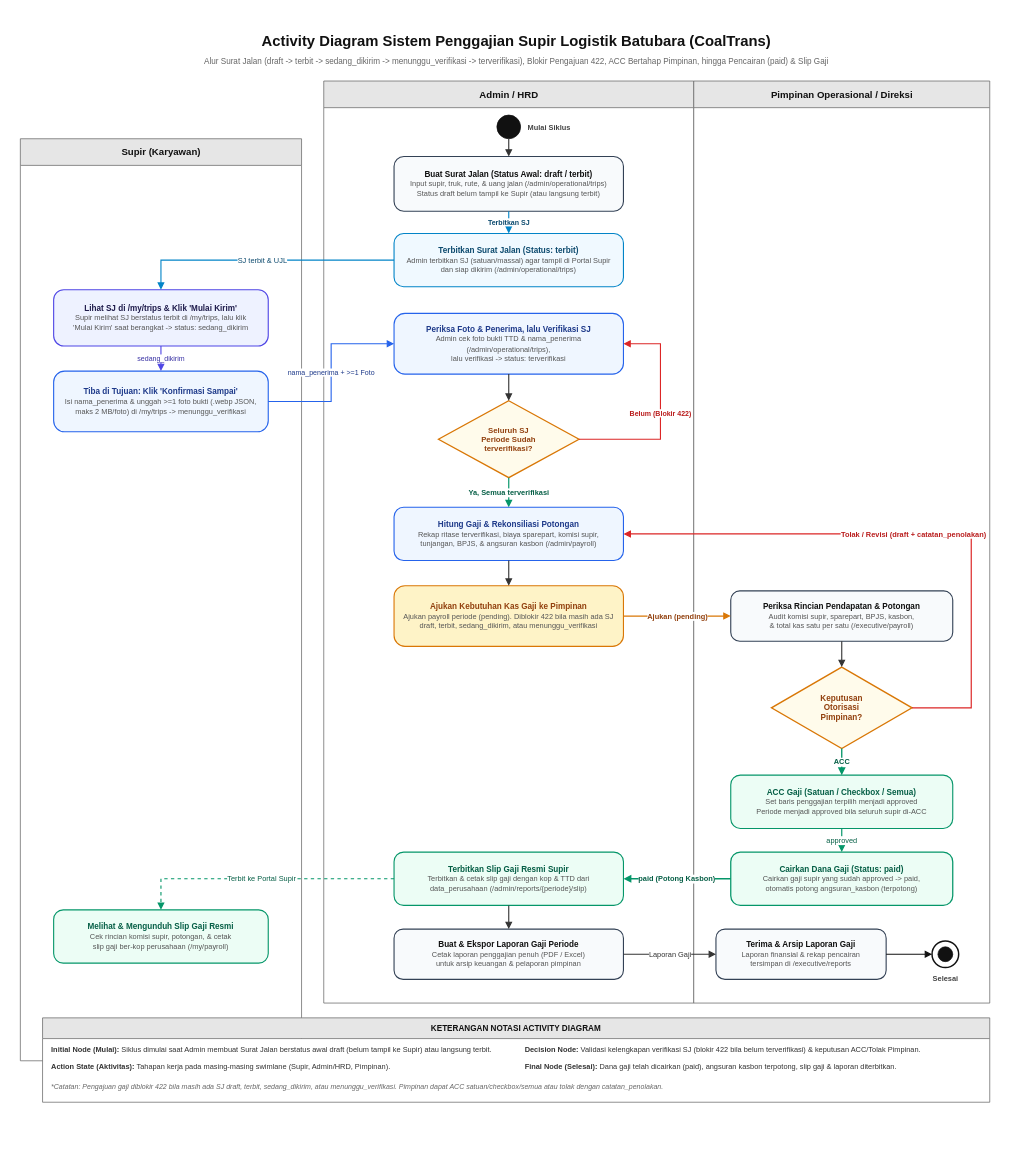
Before: dokumen/ACTIVITY_DIAGRAM.drawio in rzkyfhrzi21/app-payroll-asm, a draw.io diagram. Source tidied: cells renumbered, new cells numbered last; positions are measured from the earlier drawing's top-left corner, leaving out a move shared by most shapes. Both pictures are drawn from the tidied source at 74%, with x=0, y=0 at pixel (13, 13).
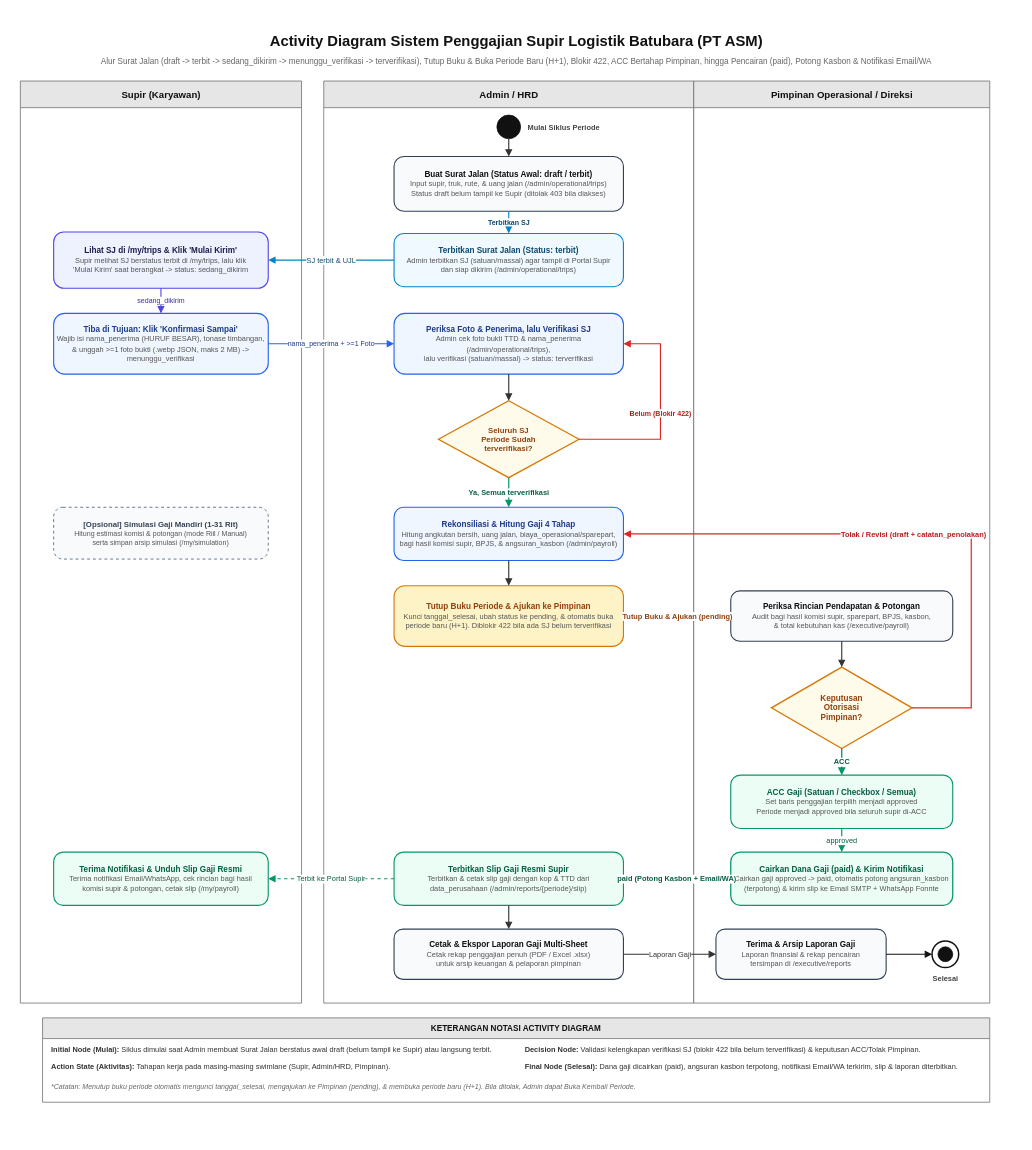
After the change.

Commit message (it also covers changes not shown here):
docs(diagram): perbarui ACTIVITY_DIAGRAM, ERD_DATABASE, dan tambah USECASE_DIAGRAM drawio

The change refers to these unchanged cells:
```xml
<mxCell id="9" value="Admin / HRD" style="swimlane;html=1;startSize=36;fillColor=#E6E6E6;swimlaneFillColor=#FFFFFF;strokeColor=#666666;fontSize=13;fontStyle=1;fontColor=#111111;rounded=0;" parent="1" vertex="1">
  <mxGeometry x="420" y="92" width="500" height="1246" as="geometry" />
</mxCell>
<mxCell id="18" value="&lt;b&gt;Terbitkan Slip Gaji Resmi Supir&lt;/b&gt;&lt;br&gt;&lt;font style=&quot;font-size:10px&quot; color=&quot;#555555&quot;&gt;Terbitkan &amp;amp; cetak slip gaji dengan kop &amp;amp; TTD dari&lt;br&gt;data_perusahaan (/admin/reports/{periode}/slip)&lt;/font&gt;" style="rounded=1;whiteSpace=wrap;html=1;arcSize=18;fillColor=#ECFDF5;strokeColor=#059669;strokeWidth=1.5;fontColor=#065F46;fontSize=11;" parent="9" vertex="1">
  <mxGeometry x="95" y="1042" width="310" height="72" as="geometry" />
</mxCell>
<mxCell id="20" value="Pimpinan Operasional / Direksi" style="swimlane;html=1;startSize=36;fillColor=#E6E6E6;swimlaneFillColor=#FFFFFF;strokeColor=#666666;fontSize=13;fontStyle=1;fontColor=#111111;rounded=0;" parent="1" vertex="1">
  <mxGeometry x="920" y="92" width="400" height="1246" as="geometry" />
</mxCell>
<mxCell id="48" value="KETERANGAN NOTASI ACTIVITY DIAGRAM" style="swimlane;fontStyle=1;align=center;startSize=28;fillColor=#E6E6E6;swimlaneFillColor=#FFFFFF;strokeColor=#666666;fontSize=11;fontColor=#111111;" parent="1" vertex="1">
  <mxGeometry x="40" y="1358" width="1280" height="114" as="geometry" />
</mxCell>
```

What changed in the source:
```diff
@@
     <mxCell id="2" style="rounded=0;whiteSpace=wrap;html=1;fillColor=#FFFFFF;strokeColor=none;" parent="1" vertex="1">
-      <mxGeometry width="1360" height="1500" as="geometry" />
+      <mxGeometry width="1360" height="1520" as="geometry" />
     </mxCell>
-    <mxCell id="3" value="Activity Diagram Sistem Penggajian Supir Logistik Batubara (CoalTrans)" style="text;html=1;strokeColor=none;fillColor=none;align=center;verticalAlign=middle;fontSize=20;fontStyle=1;fontColor=#111111;" parent="1" vertex="1">
+    <mxCell id="3" value="Activity Diagram Sistem Penggajian Supir Logistik Batubara (PT ASM)" style="text;html=1;strokeColor=none;fillColor=none;align=center;verticalAlign=middle;fontSize=20;fontStyle=1;fontColor=#111111;" parent="1" vertex="1">
       <mxGeometry x="40" y="20" width="1280" height="34" as="geometry" />
     </mxCell>
-    <mxCell id="4" value="Alur Surat Jalan (draft -&gt; terbit -&gt; sedang_dikirim -&gt; menunggu_verifikasi -&gt; terverifikasi), Blokir Pengajuan 422, ACC Bertahap Pimpinan, hingga Pencairan (paid) &amp; Slip Gaji" style="text;html=1;strokeColor=none;fillColor=none;align=center;verticalAlign=middle;fontSize=11;fontColor=#666666;" parent="1" vertex="1">
+    <mxCell id="4" value="Alur Surat Jalan (draft -&gt; terbit -&gt; sedang_dikirim -&gt; menunggu_verifikasi -&gt; terverifikasi), Tutup Buku &amp; Buka Periode Baru (H+1), Blokir 422, ACC Bertahap Pimpinan, hingga Pencairan (paid), Potong Kasbon &amp; Notifikasi Email/WA" style="text;html=1;strokeColor=none;fillColor=none;align=center;verticalAlign=middle;fontSize=11;fontColor=#666666;" parent="1" vertex="1">
       <mxGeometry x="40" y="54" width="1280" height="22" as="geometry" />
     </mxCell>
     <mxCell id="5" value="Supir (Karyawan)" style="swimlane;html=1;startSize=36;fillColor=#E6E6E6;swimlaneFillColor=#FFFFFF;strokeColor=#666666;fontSize=13;fontStyle=1;fontColor=#111111;rounded=0;" parent="1" vertex="1">
-      <mxGeometry x="10" y="170" width="380" height="1246" as="geometry" />
+      <mxGeometry x="10" y="92" width="380" height="1246" as="geometry" />
     </mxCell>
@@
-    <mxCell id="7" value="&lt;b&gt;Tiba di Tujuan: Klik 'Konfirmasi Sampai'&lt;/b&gt;&lt;br&gt;&lt;font style=&quot;font-size:10px&quot; color=&quot;#555555&quot;&gt;Isi nama_penerima &amp;amp; unggah &amp;gt;=1 foto bukti (.webp JSON,&lt;br&gt;maks 2 MB/foto) di /my/trips -&gt; menunggu_verifikasi&lt;/font&gt;" style="rounded=1;whiteSpace=wrap;html=1;arcSize=18;fillColor=#EFF6FF;strokeColor=#2563EB;strokeWidth=1.5;fontColor=#1E3A8A;fontSize=11;" parent="5" vertex="1">
+    <mxCell id="7" value="&lt;b&gt;Tiba di Tujuan: Klik 'Konfirmasi Sampai'&lt;/b&gt;&lt;br&gt;&lt;font style=&quot;font-size:10px&quot; color=&quot;#555555&quot;&gt;Wajib isi nama_penerima (HURUF BESAR), tonase timbangan,&lt;br&gt;&amp;amp; unggah &amp;gt;=1 foto bukti (.webp JSON, maks 2 MB) -&gt; menunggu_verifikasi&lt;/font&gt;" style="rounded=1;whiteSpace=wrap;html=1;arcSize=18;fillColor=#EFF6FF;strokeColor=#2563EB;strokeWidth=1.5;fontColor=#1E3A8A;fontSize=11;" parent="5" vertex="1">
       <mxGeometry x="45" y="314" width="290" height="82" as="geometry" />
     </mxCell>
+    <mxCell id="54" value="&lt;b&gt;[Opsional] Simulasi Gaji Mandiri (1-31 Rit)&lt;/b&gt;&lt;br&gt;&lt;font style=&quot;font-size:9.5px&quot; color=&quot;#555555&quot;&gt;Hitung estimasi komisi &amp;amp; potongan (mode Riil / Manual)&lt;br&gt;serta simpan arsip simulasi (/my/simulation)&lt;/font&gt;" style="rounded=1;whiteSpace=wrap;html=1;arcSize=18;fillColor=#F8FAFC;strokeColor=#64748B;strokeWidth=1.3;dashed=1;fontColor=#334155;fontSize=10.5;" parent="5" vertex="1">
+      <mxGeometry x="45" y="576" width="290" height="70" as="geometry" />
+    </mxCell>
-    <mxCell id="8" value="&lt;b&gt;Melihat &amp;amp; Mengunduh Slip Gaji Resmi&lt;/b&gt;&lt;br&gt;&lt;font style=&quot;font-size:10px&quot; color=&quot;#555555&quot;&gt;Cek rincian komisi supir, potongan, &amp;amp; cetak&lt;br&gt;slip gaji ber-kop perusahaan (/my/payroll)&lt;/font&gt;" style="rounded=1;whiteSpace=wrap;html=1;arcSize=18;fillColor=#ECFDF5;strokeColor=#059669;strokeWidth=1.5;fontColor=#065F46;fontSize=11;" parent="5" vertex="1">
+    <mxCell id="8" value="&lt;b&gt;Terima Notifikasi &amp;amp; Unduh Slip Gaji Resmi&lt;/b&gt;&lt;br&gt;&lt;font style=&quot;font-size:10px&quot; color=&quot;#555555&quot;&gt;Terima notifikasi Email/WhatsApp, cek rincian bagi hasil&lt;br&gt;komisi supir &amp;amp; potongan, cetak slip (/my/payroll)&lt;/font&gt;" style="rounded=1;whiteSpace=wrap;html=1;arcSize=18;fillColor=#ECFDF5;strokeColor=#059669;strokeWidth=1.5;fontColor=#065F46;fontSize=11;" parent="5" vertex="1">
       <mxGeometry x="45" y="1042" width="290" height="72" as="geometry" />
     </mxCell>
@@
-    <mxCell id="11" value="Mulai Siklus" style="text;html=1;strokeColor=none;fillColor=none;align=left;verticalAlign=middle;fontSize=10;fontStyle=1;fontColor=#444444;" parent="9" vertex="1">
-      <mxGeometry x="274" y="50" width="110" height="24" as="geometry" />
+    <mxCell id="11" value="Mulai Siklus Periode" style="text;html=1;strokeColor=none;fillColor=none;align=left;verticalAlign=middle;fontSize=10;fontStyle=1;fontColor=#444444;" parent="9" vertex="1">
+      <mxGeometry x="274" y="50" width="140" height="24" as="geometry" />
     </mxCell>
-    <mxCell id="12" value="&lt;b&gt;Buat Surat Jalan (Status Awal: draft / terbit)&lt;/b&gt;&lt;br&gt;&lt;font style=&quot;font-size:10px&quot; color=&quot;#555555&quot;&gt;Input supir, truk, rute, &amp;amp; uang jalan (/admin/operational/trips)&lt;br&gt;Status draft belum tampil ke Supir (atau langsung terbit)&lt;/font&gt;" style="rounded=1;whiteSpace=wrap;html=1;arcSize=18;fillColor=#F8FAFC;strokeColor=#334155;strokeWidth=1.5;fontColor=#111111;fontSize=11;" parent="9" vertex="1">
+    <mxCell id="12" value="&lt;b&gt;Buat Surat Jalan (Status Awal: draft / terbit)&lt;/b&gt;&lt;br&gt;&lt;font style=&quot;font-size:10px&quot; color=&quot;#555555&quot;&gt;Input supir, truk, rute, &amp;amp; uang jalan (/admin/operational/trips)&lt;br&gt;Status draft belum tampil ke Supir (ditolak 403 bila diakses)&lt;/font&gt;" style="rounded=1;whiteSpace=wrap;html=1;arcSize=18;fillColor=#F8FAFC;strokeColor=#334155;strokeWidth=1.5;fontColor=#111111;fontSize=11;" parent="9" vertex="1">
       <mxGeometry x="95" y="102" width="310" height="74" as="geometry" />
     </mxCell>
@@
-    <mxCell id="14" value="&lt;b&gt;Periksa Foto &amp;amp; Penerima, lalu Verifikasi SJ&lt;/b&gt;&lt;br&gt;&lt;font style=&quot;font-size:10px&quot; color=&quot;#555555&quot;&gt;Admin cek foto bukti TTD &amp;amp; nama_penerima (/admin/operational/trips),&lt;br&gt;lalu verifikasi -&gt; status: terverifikasi&lt;/font&gt;" style="rounded=1;whiteSpace=wrap;html=1;arcSize=18;fillColor=#EFF6FF;strokeColor=#2563EB;strokeWidth=1.5;fontColor=#1E3A8A;fontSize=11;" parent="9" vertex="1">
+    <mxCell id="14" value="&lt;b&gt;Periksa Foto &amp;amp; Penerima, lalu Verifikasi SJ&lt;/b&gt;&lt;br&gt;&lt;font style=&quot;font-size:10px&quot; color=&quot;#555555&quot;&gt;Admin cek foto bukti TTD &amp;amp; nama_penerima (/admin/operational/trips),&lt;br&gt;lalu verifikasi (satuan/massal) -&gt; status: terverifikasi&lt;/font&gt;" style="rounded=1;whiteSpace=wrap;html=1;arcSize=18;fillColor=#EFF6FF;strokeColor=#2563EB;strokeWidth=1.5;fontColor=#1E3A8A;fontSize=11;" parent="9" vertex="1">
       <mxGeometry x="95" y="314" width="310" height="82" as="geometry" />
     </mxCell>
@@
-    <mxCell id="16" value="&lt;b&gt;Hitung Gaji &amp;amp; Rekonsiliasi Potongan&lt;/b&gt;&lt;br&gt;&lt;font style=&quot;font-size:10px&quot; color=&quot;#555555&quot;&gt;Rekap ritase terverifikasi, biaya sparepart, komisi supir,&lt;br&gt;tunjangan, BPJS, &amp;amp; angsuran kasbon (/admin/payroll)&lt;/font&gt;" style="rounded=1;whiteSpace=wrap;html=1;arcSize=18;fillColor=#EFF6FF;strokeColor=#2563EB;strokeWidth=1.5;fontColor=#1E3A8A;fontSize=11;" parent="9" vertex="1">
+    <mxCell id="16" value="&lt;b&gt;Rekonsiliasi &amp;amp; Hitung Gaji 4 Tahap&lt;/b&gt;&lt;br&gt;&lt;font style=&quot;font-size:10px&quot; color=&quot;#555555&quot;&gt;Hitung angkutan bersih, uang jalan, biaya_operasional/sparepart,&lt;br&gt;bagi hasil komisi supir, BPJS, &amp;amp; angsuran_kasbon (/admin/payroll)&lt;/font&gt;" style="rounded=1;whiteSpace=wrap;html=1;arcSize=18;fillColor=#EFF6FF;strokeColor=#2563EB;strokeWidth=1.5;fontColor=#1E3A8A;fontSize=11;" parent="9" vertex="1">
       <mxGeometry x="95" y="576" width="310" height="72" as="geometry" />
     </mxCell>
-    <mxCell id="17" value="&lt;b&gt;Ajukan Kebutuhan Kas Gaji ke Pimpinan&lt;/b&gt;&lt;br&gt;&lt;font style=&quot;font-size:10px&quot; color=&quot;#555555&quot;&gt;Ajukan payroll periode (pending). Diblokir 422 bila masih ada SJ&lt;br&gt;draft, terbit, sedang_dikirim, atau menunggu_verifikasi&lt;/font&gt;" style="rounded=1;whiteSpace=wrap;html=1;arcSize=18;fillColor=#FEF3C7;strokeColor=#D97706;strokeWidth=1.5;fontColor=#92400E;fontSize=11;" parent="9" vertex="1">
+    <mxCell id="17" value="&lt;b&gt;Tutup Buku Periode &amp;amp; Ajukan ke Pimpinan&lt;/b&gt;&lt;br&gt;&lt;font style=&quot;font-size:10px&quot; color=&quot;#555555&quot;&gt;Kunci tanggal_selesai, ubah status ke pending, &amp;amp; otomatis buka&lt;br&gt;periode baru (H+1). Diblokir 422 bila ada SJ belum terverifikasi&lt;/font&gt;" style="rounded=1;whiteSpace=wrap;html=1;arcSize=18;fillColor=#FEF3C7;strokeColor=#D97706;strokeWidth=1.5;fontColor=#92400E;fontSize=11;" parent="9" vertex="1">
       <mxGeometry x="95" y="682" width="310" height="82" as="geometry" />
     </mxCell>
@@
-    <mxCell id="19" value="&lt;b&gt;Buat &amp;amp; Ekspor Laporan Gaji Periode&lt;/b&gt;&lt;br&gt;&lt;font style=&quot;font-size:10px&quot; color=&quot;#555555&quot;&gt;Cetak laporan penggajian penuh (PDF / Excel)&lt;br&gt;untuk arsip keuangan &amp;amp; pelaporan pimpinan&lt;/font&gt;" style="rounded=1;whiteSpace=wrap;html=1;arcSize=18;fillColor=#F8FAFC;strokeColor=#334155;strokeWidth=1.5;fontColor=#111111;fontSize=11;" parent="9" vertex="1">
+    <mxCell id="19" value="&lt;b&gt;Cetak &amp;amp; Ekspor Laporan Gaji Multi-Sheet&lt;/b&gt;&lt;br&gt;&lt;font style=&quot;font-size:10px&quot; color=&quot;#555555&quot;&gt;Cetak rekap penggajian penuh (PDF / Excel .xlsx)&lt;br&gt;untuk arsip keuangan &amp;amp; pelaporan pimpinan&lt;/font&gt;" style="rounded=1;whiteSpace=wrap;html=1;arcSize=18;fillColor=#F8FAFC;strokeColor=#334155;strokeWidth=1.5;fontColor=#111111;fontSize=11;" parent="9" vertex="1">
       <mxGeometry x="95" y="1146" width="310" height="68" as="geometry" />
     </mxCell>
@@
-    <mxCell id="21" value="&lt;b&gt;Periksa Rincian Pendapatan &amp;amp; Potongan&lt;/b&gt;&lt;br&gt;&lt;font style=&quot;font-size:10px&quot; color=&quot;#555555&quot;&gt;Audit komisi supir, sparepart, BPJS, kasbon,&lt;br&gt;&amp;amp; total kas satu per satu (/executive/payroll)&lt;/font&gt;" style="rounded=1;whiteSpace=wrap;html=1;arcSize=18;fillColor=#F8FAFC;strokeColor=#334155;strokeWidth=1.5;fontColor=#111111;fontSize=11;" parent="20" vertex="1">
+    <mxCell id="21" value="&lt;b&gt;Periksa Rincian Pendapatan &amp;amp; Potongan&lt;/b&gt;&lt;br&gt;&lt;font style=&quot;font-size:10px&quot; color=&quot;#555555&quot;&gt;Audit bagi hasil komisi supir, sparepart, BPJS, kasbon,&lt;br&gt;&amp;amp; total kebutuhan kas (/executive/payroll)&lt;/font&gt;" style="rounded=1;whiteSpace=wrap;html=1;arcSize=18;fillColor=#F8FAFC;strokeColor=#334155;strokeWidth=1.5;fontColor=#111111;fontSize=11;" parent="20" vertex="1">
       <mxGeometry x="50" y="689" width="300" height="68" as="geometry" />
     </mxCell>
@@
-    <mxCell id="24" value="&lt;b&gt;Cairkan Dana Gaji (Status: paid)&lt;/b&gt;&lt;br&gt;&lt;font style=&quot;font-size:10px&quot; color=&quot;#555555&quot;&gt;Cairkan gaji supir yang sudah approved -&gt; paid,&lt;br&gt;otomatis potong angsuran_kasbon (terpotong)&lt;/font&gt;" style="rounded=1;whiteSpace=wrap;html=1;arcSize=18;fillColor=#ECFDF5;strokeColor=#059669;strokeWidth=1.7;fontColor=#065F46;fontSize=11;" parent="20" vertex="1">
+    <mxCell id="24" value="&lt;b&gt;Cairkan Dana Gaji (paid) &amp;amp; Kirim Notifikasi&lt;/b&gt;&lt;br&gt;&lt;font style=&quot;font-size:10px&quot; color=&quot;#555555&quot;&gt;Cairkan gaji approved -&gt; paid, otomatis potong angsuran_kasbon&lt;br&gt;(terpotong) &amp;amp; kirim slip ke Email SMTP + WhatsApp Fonnte&lt;/font&gt;" style="rounded=1;whiteSpace=wrap;html=1;arcSize=18;fillColor=#ECFDF5;strokeColor=#059669;strokeWidth=1.7;fontColor=#065F46;fontSize=11;" parent="20" vertex="1">
       <mxGeometry x="50" y="1042" width="300" height="72" as="geometry" />
     </mxCell>
@@
-    <mxCell id="38" value="Ajukan (pending)" style="edgeStyle=orthogonalEdgeStyle;rounded=0;jettySize=auto;html=1;strokeColor=#D97706;strokeWidth=1.6;endArrow=block;endFill=1;fontSize=10;fontStyle=1;fontColor=#92400E;labelBackgroundColor=#FFFFFF;" parent="1" edge="1" source="17" target="21">
+    <mxCell id="38" value="Tutup Buku &amp;amp; Ajukan (pending)" style="edgeStyle=orthogonalEdgeStyle;rounded=0;jettySize=auto;html=1;strokeColor=#D97706;strokeWidth=1.6;endArrow=block;endFill=1;fontSize=10;fontStyle=1;fontColor=#92400E;labelBackgroundColor=#FFFFFF;" parent="1" edge="1" source="17" target="21">
       <mxGeometry relative="1" as="geometry" />
     </mxCell>
@@
-    <mxCell id="43" value="paid (Potong Kasbon)" style="edgeStyle=orthogonalEdgeStyle;rounded=0;jettySize=auto;html=1;strokeColor=#059669;strokeWidth=1.8;endArrow=block;endFill=1;fontSize=10;fontStyle=1;fontColor=#065F46;labelBackgroundColor=#FFFFFF;" parent="1" edge="1" source="24" target="18">
+    <mxCell id="43" value="paid (Potong Kasbon + Email/WA)" style="edgeStyle=orthogonalEdgeStyle;rounded=0;jettySize=auto;html=1;strokeColor=#059669;strokeWidth=1.8;endArrow=block;endFill=1;fontSize=10;fontStyle=1;fontColor=#065F46;labelBackgroundColor=#FFFFFF;" parent="1" edge="1" source="24" target="18">
       <mxGeometry relative="1" as="geometry" />
     </mxCell>
@@
-    <mxCell id="52" value="&lt;b&gt;Final Node (Selesai):&lt;/b&gt; Dana gaji telah dicairkan (paid), angsuran kasbon terpotong, slip gaji &amp;amp; laporan diterbitkan." style="text;html=1;align=left;verticalAlign=middle;spacingLeft=10;fillColor=none;strokeColor=none;fontColor=#333333;fontSize=10;" parent="48" vertex="1">
+    <mxCell id="52" value="&lt;b&gt;Final Node (Selesai):&lt;/b&gt; Dana gaji dicairkan (paid), angsuran kasbon terpotong, notifikasi Email/WA terkirim, slip &amp;amp; laporan diterbitkan." style="text;html=1;align=left;verticalAlign=middle;spacingLeft=10;fillColor=none;strokeColor=none;fontColor=#333333;fontSize=10;" parent="48" vertex="1">
       <mxGeometry x="640" y="54" width="630" height="24" as="geometry" />
     </mxCell>
-    <mxCell id="53" value="&lt;i&gt;*Catatan: Pengajuan gaji diblokir 422 bila masih ada SJ draft, terbit, sedang_dikirim, atau menunggu_verifikasi. Pimpinan dapat ACC satuan/checkbox/semua atau tolak dengan catatan_penolakan.&lt;/i&gt;" style="text;html=1;align=left;verticalAlign=middle;spacingLeft=10;fillColor=none;strokeColor=none;fontColor=#666666;fontSize=9.5;" parent="48" vertex="1">
+    <mxCell id="53" value="&lt;i&gt;*Catatan: Menutup buku periode otomatis mengunci tanggal_selesai, mengajukan ke Pimpinan (pending), &amp;amp; membuka periode baru (H+1). Bila ditolak, Admin dapat Buka Kembali Periode.&lt;/i&gt;" style="text;html=1;align=left;verticalAlign=middle;spacingLeft=10;fillColor=none;strokeColor=none;fontColor=#666666;fontSize=9.5;" parent="48" vertex="1">
       <mxGeometry y="82" width="1260" height="22" as="geometry" />
     </mxCell>
```
